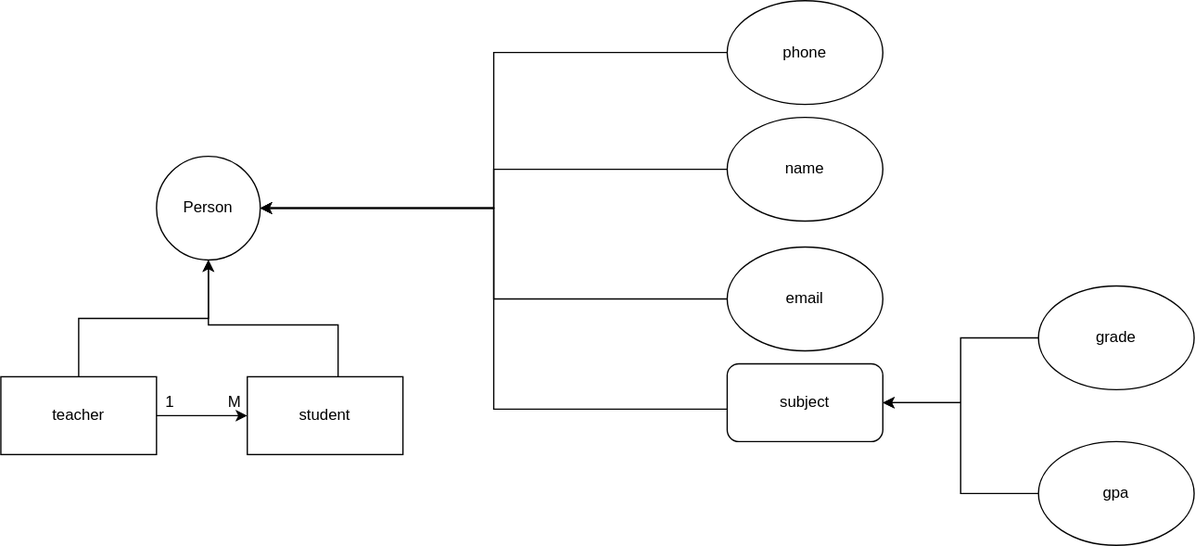
This is student-management.svg from lauyh/student-maangement-system-typescript-docker-sample, a draw.io export, as it was before one commit. Source tidied: cells renumbered, new cells last; positions are measured from the earlier drawing's top-left corner, leaving out a move shared by most shapes.
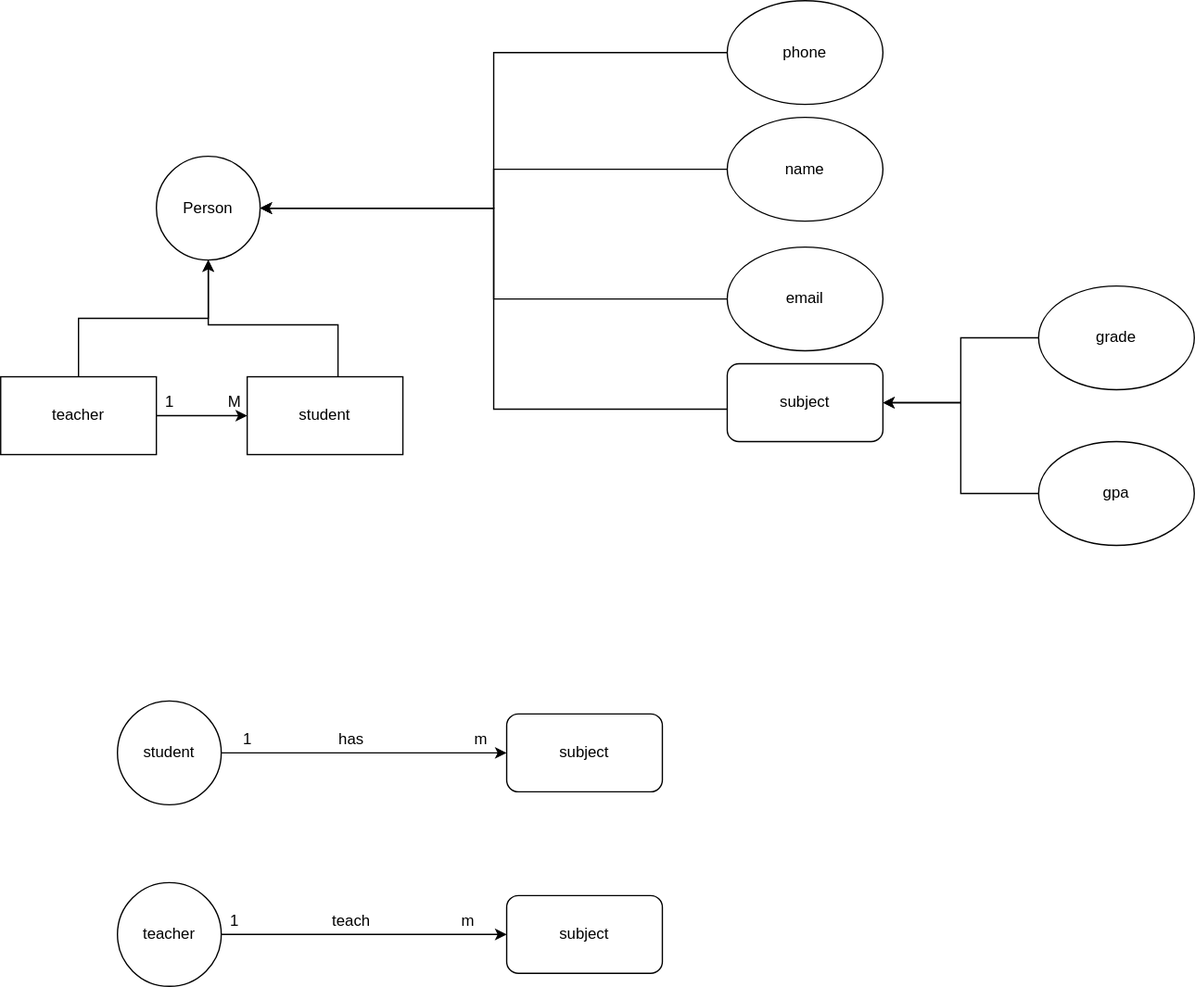
The same file after the commit.

Change to the diagram source:
```diff
@@ -70,5 +70,41 @@
     <mxCell id="21" value="gpa" style="ellipse;whiteSpace=wrap;html=1;" parent="1" vertex="1">
       <mxGeometry x="800" y="340" width="120" height="80" as="geometry" />
     </mxCell>
+    <mxCell id="22" style="edgeStyle=orthogonalEdgeStyle;rounded=0;jettySize=auto;html=1;exitX=1;exitY=0.5;exitDx=0;exitDy=0;entryX=0;entryY=0.5;entryDx=0;entryDy=0;" parent="1" edge="1" source="23" target="24">
+      <mxGeometry relative="1" as="geometry" />
+    </mxCell>
+    <mxCell id="23" value="student" style="ellipse;whiteSpace=wrap;html=1;" parent="1" vertex="1">
+      <mxGeometry x="90" y="540" width="80" height="80" as="geometry" />
+    </mxCell>
+    <mxCell id="24" value="subject" style="rounded=1;whiteSpace=wrap;html=1;" parent="1" vertex="1">
+      <mxGeometry x="390" y="550" width="120" height="60" as="geometry" />
+    </mxCell>
+    <mxCell id="25" value="1" style="text;html=1;align=center;verticalAlign=middle;strokeColor=none;" parent="1" vertex="1">
+      <mxGeometry x="180" y="560" width="20" height="20" as="geometry" />
+    </mxCell>
+    <mxCell id="26" value="m" style="text;html=1;align=center;verticalAlign=middle;strokeColor=none;" parent="1" vertex="1">
+      <mxGeometry x="355" y="560" width="30" height="20" as="geometry" />
+    </mxCell>
+    <mxCell id="27" value="has" style="text;html=1;align=center;verticalAlign=middle;strokeColor=none;" parent="1" vertex="1">
+      <mxGeometry x="250" y="560" width="40" height="20" as="geometry" />
+    </mxCell>
+    <mxCell id="28" style="edgeStyle=orthogonalEdgeStyle;rounded=0;jettySize=auto;html=1;exitX=1;exitY=0.5;exitDx=0;exitDy=0;" parent="1" edge="1" source="29" target="30">
+      <mxGeometry relative="1" as="geometry" />
+    </mxCell>
+    <mxCell id="29" value="teacher" style="ellipse;whiteSpace=wrap;html=1;" parent="1" vertex="1">
+      <mxGeometry x="90" y="680" width="80" height="80" as="geometry" />
+    </mxCell>
+    <mxCell id="30" value="subject" style="rounded=1;whiteSpace=wrap;html=1;" parent="1" vertex="1">
+      <mxGeometry x="390" y="690" width="120" height="60" as="geometry" />
+    </mxCell>
+    <mxCell id="31" value="1" style="text;html=1;align=center;verticalAlign=middle;strokeColor=none;" parent="1" vertex="1">
+      <mxGeometry x="170" y="700" width="20" height="20" as="geometry" />
+    </mxCell>
+    <mxCell id="32" value="teach" style="text;html=1;align=center;verticalAlign=middle;strokeColor=none;" parent="1" vertex="1">
+      <mxGeometry x="245" y="700" width="50" height="20" as="geometry" />
+    </mxCell>
+    <mxCell id="33" value="m" style="text;html=1;align=center;verticalAlign=middle;strokeColor=none;" parent="1" vertex="1">
+      <mxGeometry x="345" y="700" width="30" height="20" as="geometry" />
+    </mxCell>
   </root>
 </mxGraphModel>
```
